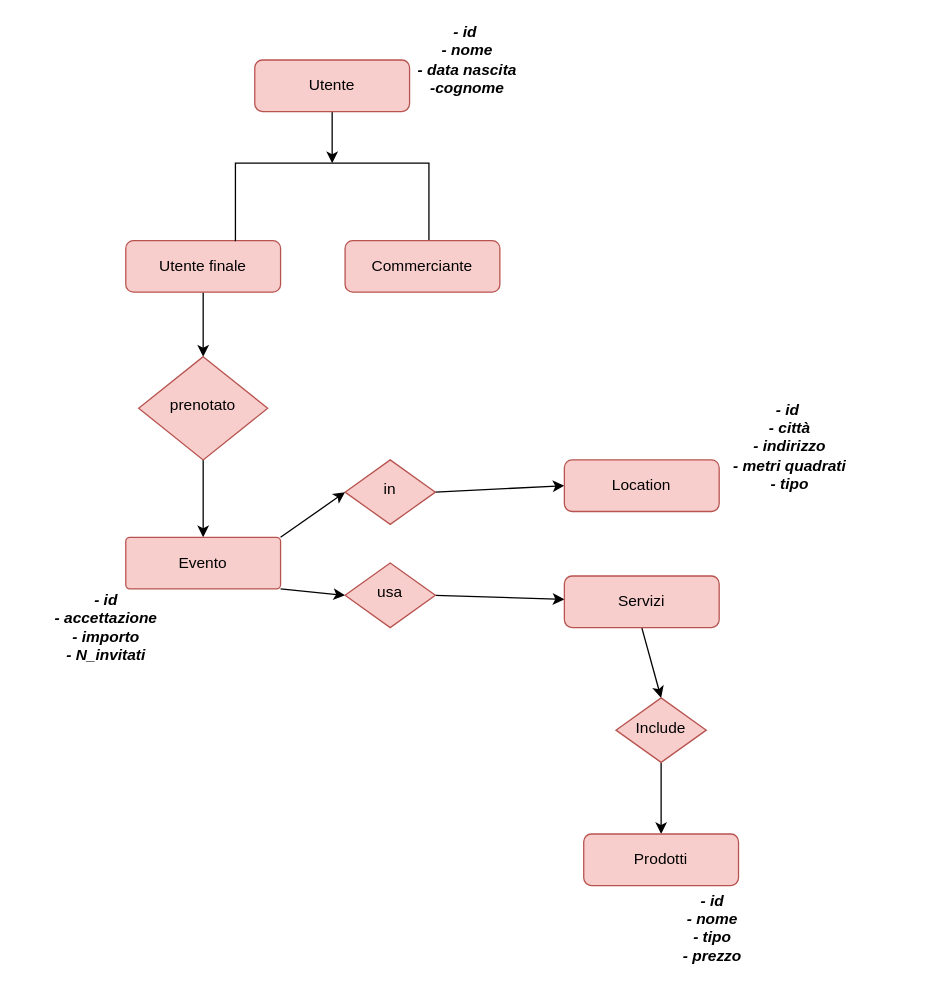
The draw.io diagram Untitled Diagram.drawio in denrotaru23/Elaborato-Esame-di-Stato-2021, before the edit. Source tidied: cells renumbered, new cells numbered last; positions are measured from the earlier drawing's top-left corner, leaving out a move shared by most shapes. Both pictures are drawn from the tidied source at 129%, with x=0, y=0 at pixel (35, 46).
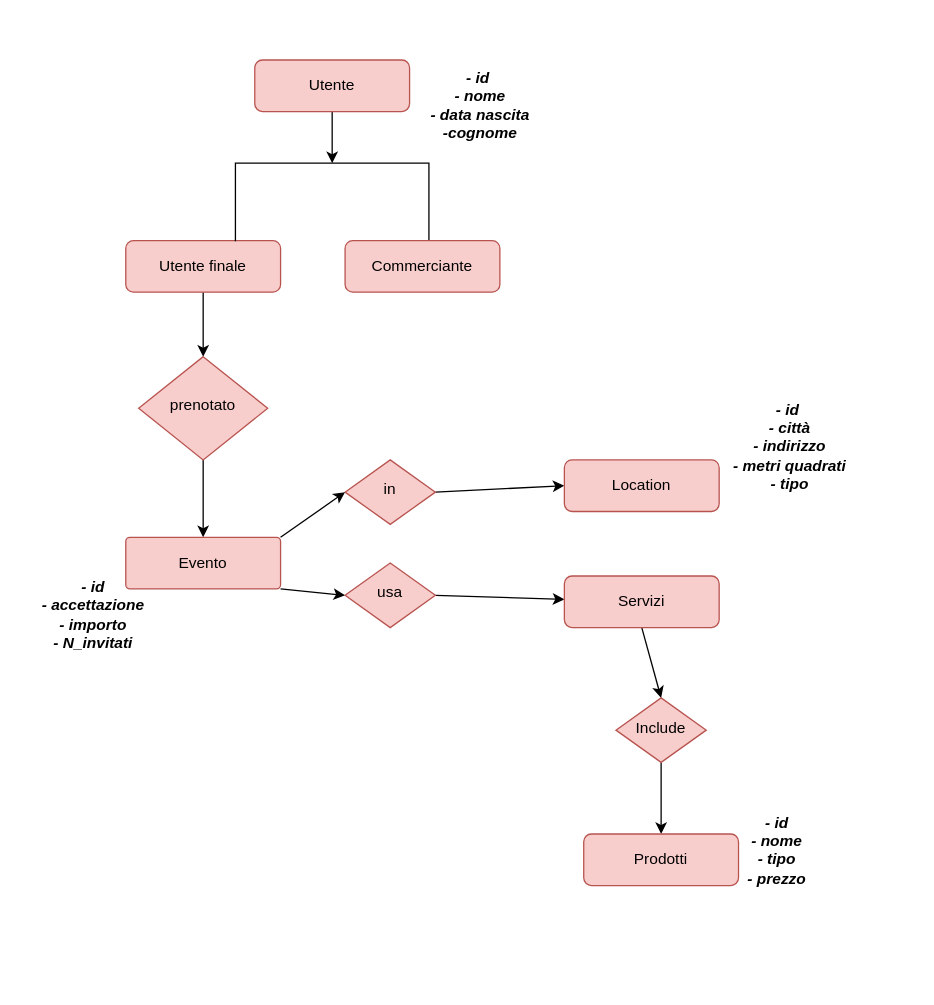
After the change.

The edit, as a diff of the source:
```diff
@@
     <mxCell id="23" value="&lt;b&gt;&lt;i&gt;- id&lt;br&gt;- nome&lt;br&gt;- tipo&lt;br&gt;- prezzo&lt;br&gt;&lt;br&gt;&lt;/i&gt;&lt;/b&gt;" style="text;html=1;strokeColor=none;fillColor=none;align=center;verticalAlign=middle;whiteSpace=wrap;rounded=0;" parent="1" vertex="1">
-      <mxGeometry x="420" y="680" width="210" height="20" as="geometry" />
+      <mxGeometry x="470" y="620" width="210" height="20" as="geometry" />
     </mxCell>
     <mxCell id="24" value="- id&amp;nbsp;&lt;br&gt;- nome&lt;br&gt;- data nascita&lt;br&gt;-cognome" style="text;html=1;strokeColor=none;fillColor=none;align=center;verticalAlign=middle;whiteSpace=wrap;rounded=0;fontStyle=3;" parent="1" vertex="1">
-      <mxGeometry x="280" width="110" height="20" as="geometry" />
+      <mxGeometry x="290" y="30" width="110" height="30" as="geometry" />
     </mxCell>
@@
     <mxCell id="27" value="&lt;b&gt;&lt;i&gt;- id&lt;br&gt;- accettazione&lt;br&gt;- importo&lt;br&gt;- N_invitati&lt;br&gt;&lt;/i&gt;&lt;/b&gt;" style="text;html=1;strokeColor=none;fillColor=none;align=center;verticalAlign=middle;whiteSpace=wrap;rounded=0;" parent="1" vertex="1">
-      <mxGeometry y="440" width="110" height="20" as="geometry" />
+      <mxGeometry x="-10" y="430" width="110" height="20" as="geometry" />
     </mxCell>
@@
+    <mxCell id="30" style="edgeStyle=none;rounded=0;orthogonalLoop=1;jettySize=auto;html=1;exitX=0.5;exitY=0;exitDx=0;exitDy=0;" parent="1" edge="1" source="23" target="23">
+      <mxGeometry relative="1" as="geometry" />
+    </mxCell>
```
